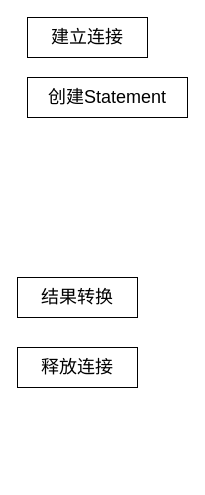
Earlier version of the draw.io diagram 未命名绘图.drawio (hongweilv-whu/flowCharts). Source tidied: cells renumbered, new cells numbered last; positions are measured from the earlier drawing's top-left corner, leaving out a move shared by most shapes. Both pictures are drawn from the tidied source at 100%, with x=0, y=0 at pixel (17, 17).
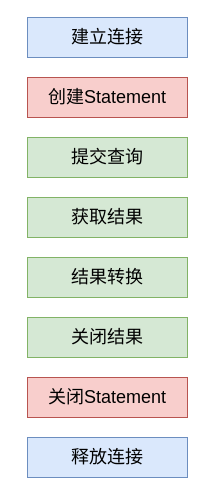
Above is the later version.

Commit message (it also covers changes not shown here):
更新未命名绘图.drawio

What changed in the source:
```diff
@@
 <mxGraphModel>
   <root>
     <mxCell id="0" />
     <mxCell id="1" parent="0" />
-    <mxCell id="2" value="&lt;font style=&quot;font-size: 18px&quot;&gt;建立连接&lt;/font&gt;" style="rounded=0;whiteSpace=wrap;html=1;" parent="1" vertex="1">
-      <mxGeometry x="10" width="120" height="40" as="geometry" />
+    <mxCell id="2" value="&lt;font style=&quot;font-size: 18px&quot;&gt;建立连接&lt;/font&gt;" style="rounded=0;whiteSpace=wrap;html=1;fillColor=#dae8fc;strokeColor=#6c8ebf;" parent="1" vertex="1">
+      <mxGeometry x="10" width="160" height="40" as="geometry" />
     </mxCell>
-    <mxCell id="3" value="&lt;font style=&quot;font-size: 18px&quot;&gt;结果转换&lt;br&gt;&lt;/font&gt;" style="rounded=0;whiteSpace=wrap;html=1;" parent="1" vertex="1">
-      <mxGeometry y="260" width="120" height="40" as="geometry" />
+    <mxCell id="3" value="&lt;font style=&quot;font-size: 18px&quot;&gt;结果转换&lt;br&gt;&lt;/font&gt;" style="rounded=0;whiteSpace=wrap;html=1;fillColor=#d5e8d4;strokeColor=#82b366;" parent="1" vertex="1">
+      <mxGeometry x="10" y="240" width="160" height="40" as="geometry" />
     </mxCell>
-    <mxCell id="4" value="&lt;font style=&quot;font-size: 18px&quot;&gt;释放连接&lt;/font&gt;" style="rounded=0;whiteSpace=wrap;html=1;" parent="1" vertex="1">
-      <mxGeometry y="330" width="120" height="40" as="geometry" />
+    <mxCell id="4" value="&lt;font style=&quot;font-size: 18px&quot;&gt;释放连接&lt;/font&gt;" style="rounded=0;whiteSpace=wrap;html=1;fillColor=#dae8fc;strokeColor=#6c8ebf;" parent="1" vertex="1">
+      <mxGeometry x="10" y="420" width="160" height="40" as="geometry" />
     </mxCell>
-    <mxCell id="5" value="&lt;font style=&quot;font-size: 18px&quot;&gt;创建Statement&lt;/font&gt;" style="rounded=0;whiteSpace=wrap;html=1;" parent="1" vertex="1">
+    <mxCell id="5" value="&lt;font style=&quot;font-size: 18px&quot;&gt;创建Statement&lt;/font&gt;" style="rounded=0;whiteSpace=wrap;html=1;fillColor=#f8cecc;strokeColor=#b85450;" parent="1" vertex="1">
       <mxGeometry x="10" y="60" width="160" height="40" as="geometry" />
     </mxCell>
+    <mxCell id="6" value="&lt;span style=&quot;font-size: 18px&quot;&gt;提交查询&lt;/span&gt;" style="rounded=0;whiteSpace=wrap;html=1;fillColor=#d5e8d4;strokeColor=#82b366;" parent="1" vertex="1">
+      <mxGeometry x="10" y="120" width="160" height="40" as="geometry" />
+    </mxCell>
+    <mxCell id="7" value="&lt;span style=&quot;font-size: 18px&quot;&gt;获取结果&lt;br&gt;&lt;/span&gt;" style="rounded=0;whiteSpace=wrap;html=1;fillColor=#d5e8d4;strokeColor=#82b366;" parent="1" vertex="1">
+      <mxGeometry x="10" y="180" width="160" height="40" as="geometry" />
+    </mxCell>
+    <mxCell id="8" value="&lt;font style=&quot;font-size: 18px&quot;&gt;关闭结果&lt;br&gt;&lt;/font&gt;" style="rounded=0;whiteSpace=wrap;html=1;fillColor=#d5e8d4;strokeColor=#82b366;" parent="1" vertex="1">
+      <mxGeometry x="10" y="300" width="160" height="40" as="geometry" />
+    </mxCell>
+    <mxCell id="9" value="&lt;font style=&quot;font-size: 18px&quot;&gt;关闭Statement&lt;/font&gt;" style="rounded=0;whiteSpace=wrap;html=1;fillColor=#f8cecc;strokeColor=#b85450;" parent="1" vertex="1">
+      <mxGeometry x="10" y="360" width="160" height="40" as="geometry" />
+    </mxCell>
   </root>
 </mxGraphModel>
```
